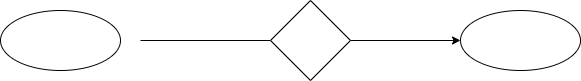
GumBox/CloudAirlineG8 keeps this draw.io diagram as Entity.drawio.png. Above is the earlier version. Source tidied: cells renumbered, new cells last; positions are measured from the earlier drawing's top-left corner, leaving out a move shared by most shapes.
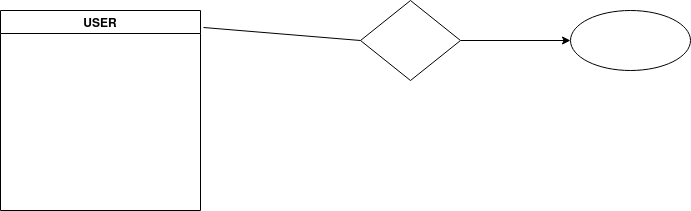
After the commit.

The edit, as a diff of the source:
```diff
@@ -2,22 +2,20 @@
   <root>
     <mxCell id="0" />
     <mxCell id="1" parent="0" />
-    <mxCell id="2" style="endArrow=none;html=1;rounded=0;exitX=1;exitY=0.5;exitDx=0;exitDy=0;entryX=0;entryY=0.5;entryDx=0;entryDy=0;" parent="1" edge="1" target="4">
-      <mxGeometry relative="1" as="geometry">
-        <mxPoint x="140" y="40" as="sourcePoint" />
-      </mxGeometry>
+    <mxCell id="2" style="endArrow=none;html=1;rounded=0;exitX=1.015;exitY=0.085;exitDx=0;exitDy=0;entryX=0;entryY=0.5;entryDx=0;entryDy=0;exitPerimeter=0;" parent="1" edge="1" source="7" target="4">
+      <mxGeometry relative="1" as="geometry" />
     </mxCell>
     <mxCell id="3" style="edgeStyle=orthogonalEdgeStyle;rounded=0;jettySize=auto;html=1;" parent="1" edge="1" source="4" target="5">
       <mxGeometry relative="1" as="geometry" />
     </mxCell>
     <mxCell id="4" style="rhombus;whiteSpace=wrap;html=1;" parent="1" vertex="1">
-      <mxGeometry x="270" width="80" height="80" as="geometry" />
+      <mxGeometry x="250" width="100" height="80" as="geometry" />
     </mxCell>
     <mxCell id="5" style="ellipse;whiteSpace=wrap;html=1;" parent="1" vertex="1">
       <mxGeometry x="460" y="10" width="120" height="60" as="geometry" />
     </mxCell>
-    <mxCell id="6" style="ellipse;whiteSpace=wrap;html=1;" parent="1" vertex="1">
-      <mxGeometry y="10" width="120" height="60" as="geometry" />
-    </mxCell>
+    <mxCell id="7" value="USER" style="swimlane;" parent="1" vertex="1">
+      <mxGeometry x="-110" y="10" width="200" height="200" as="geometry" />
+    </mxCell>
   </root>
 </mxGraphModel>
```
